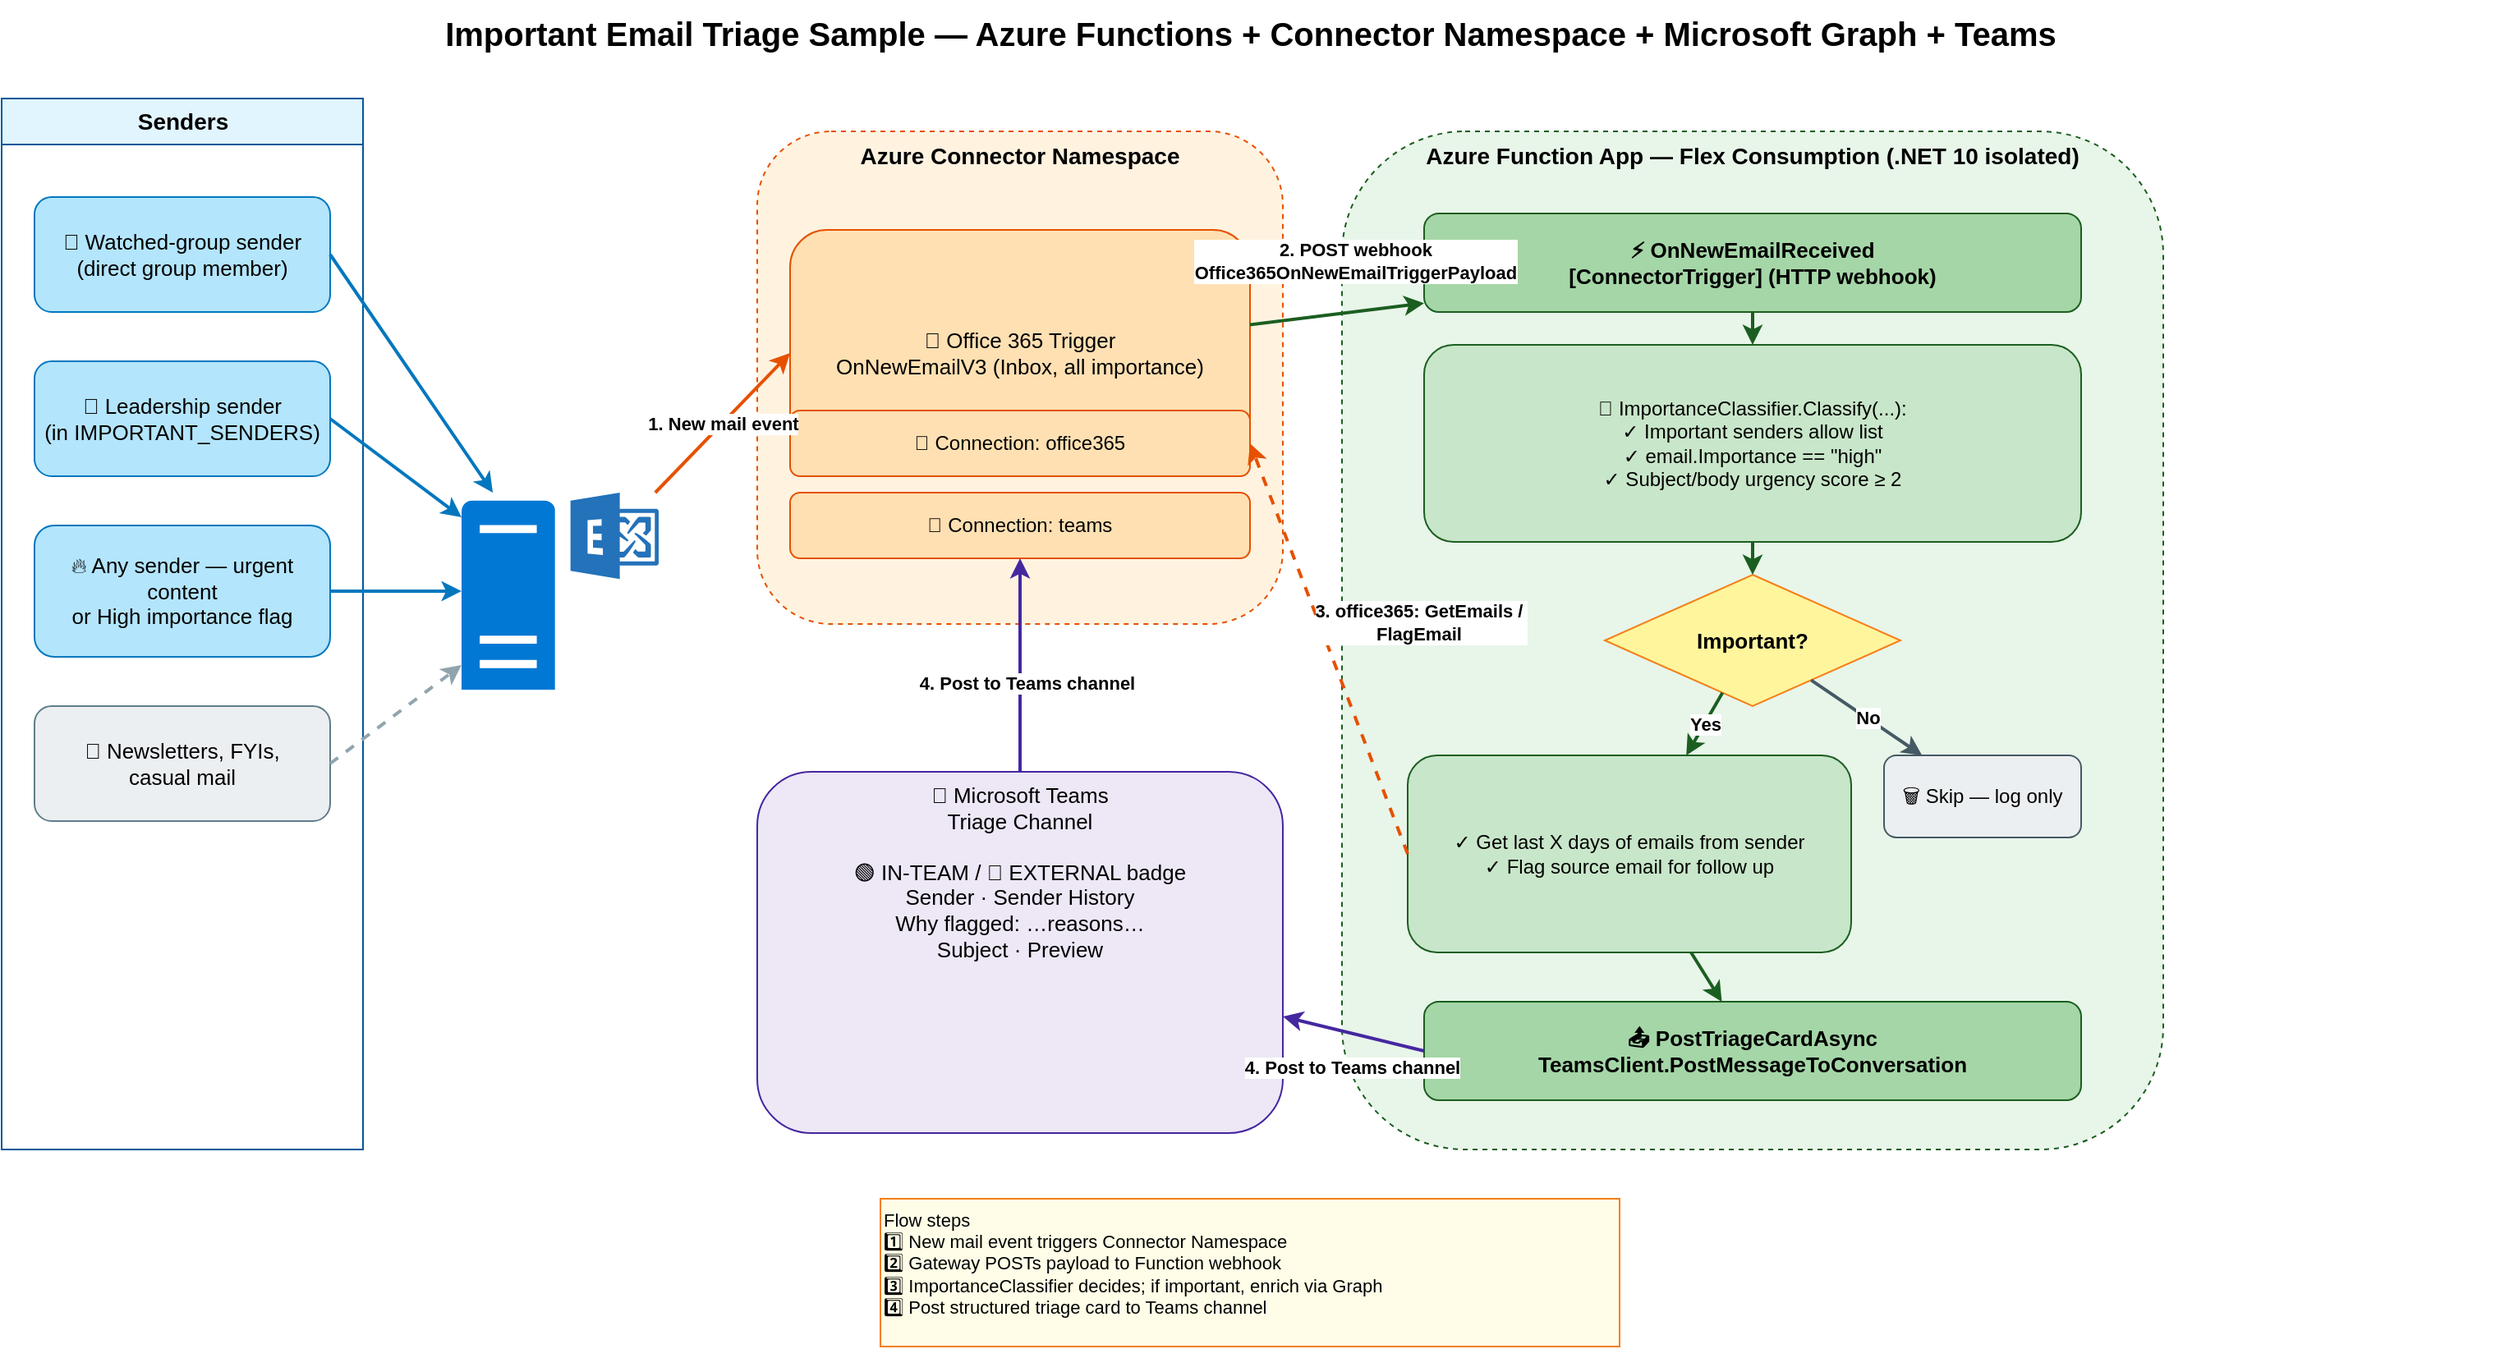
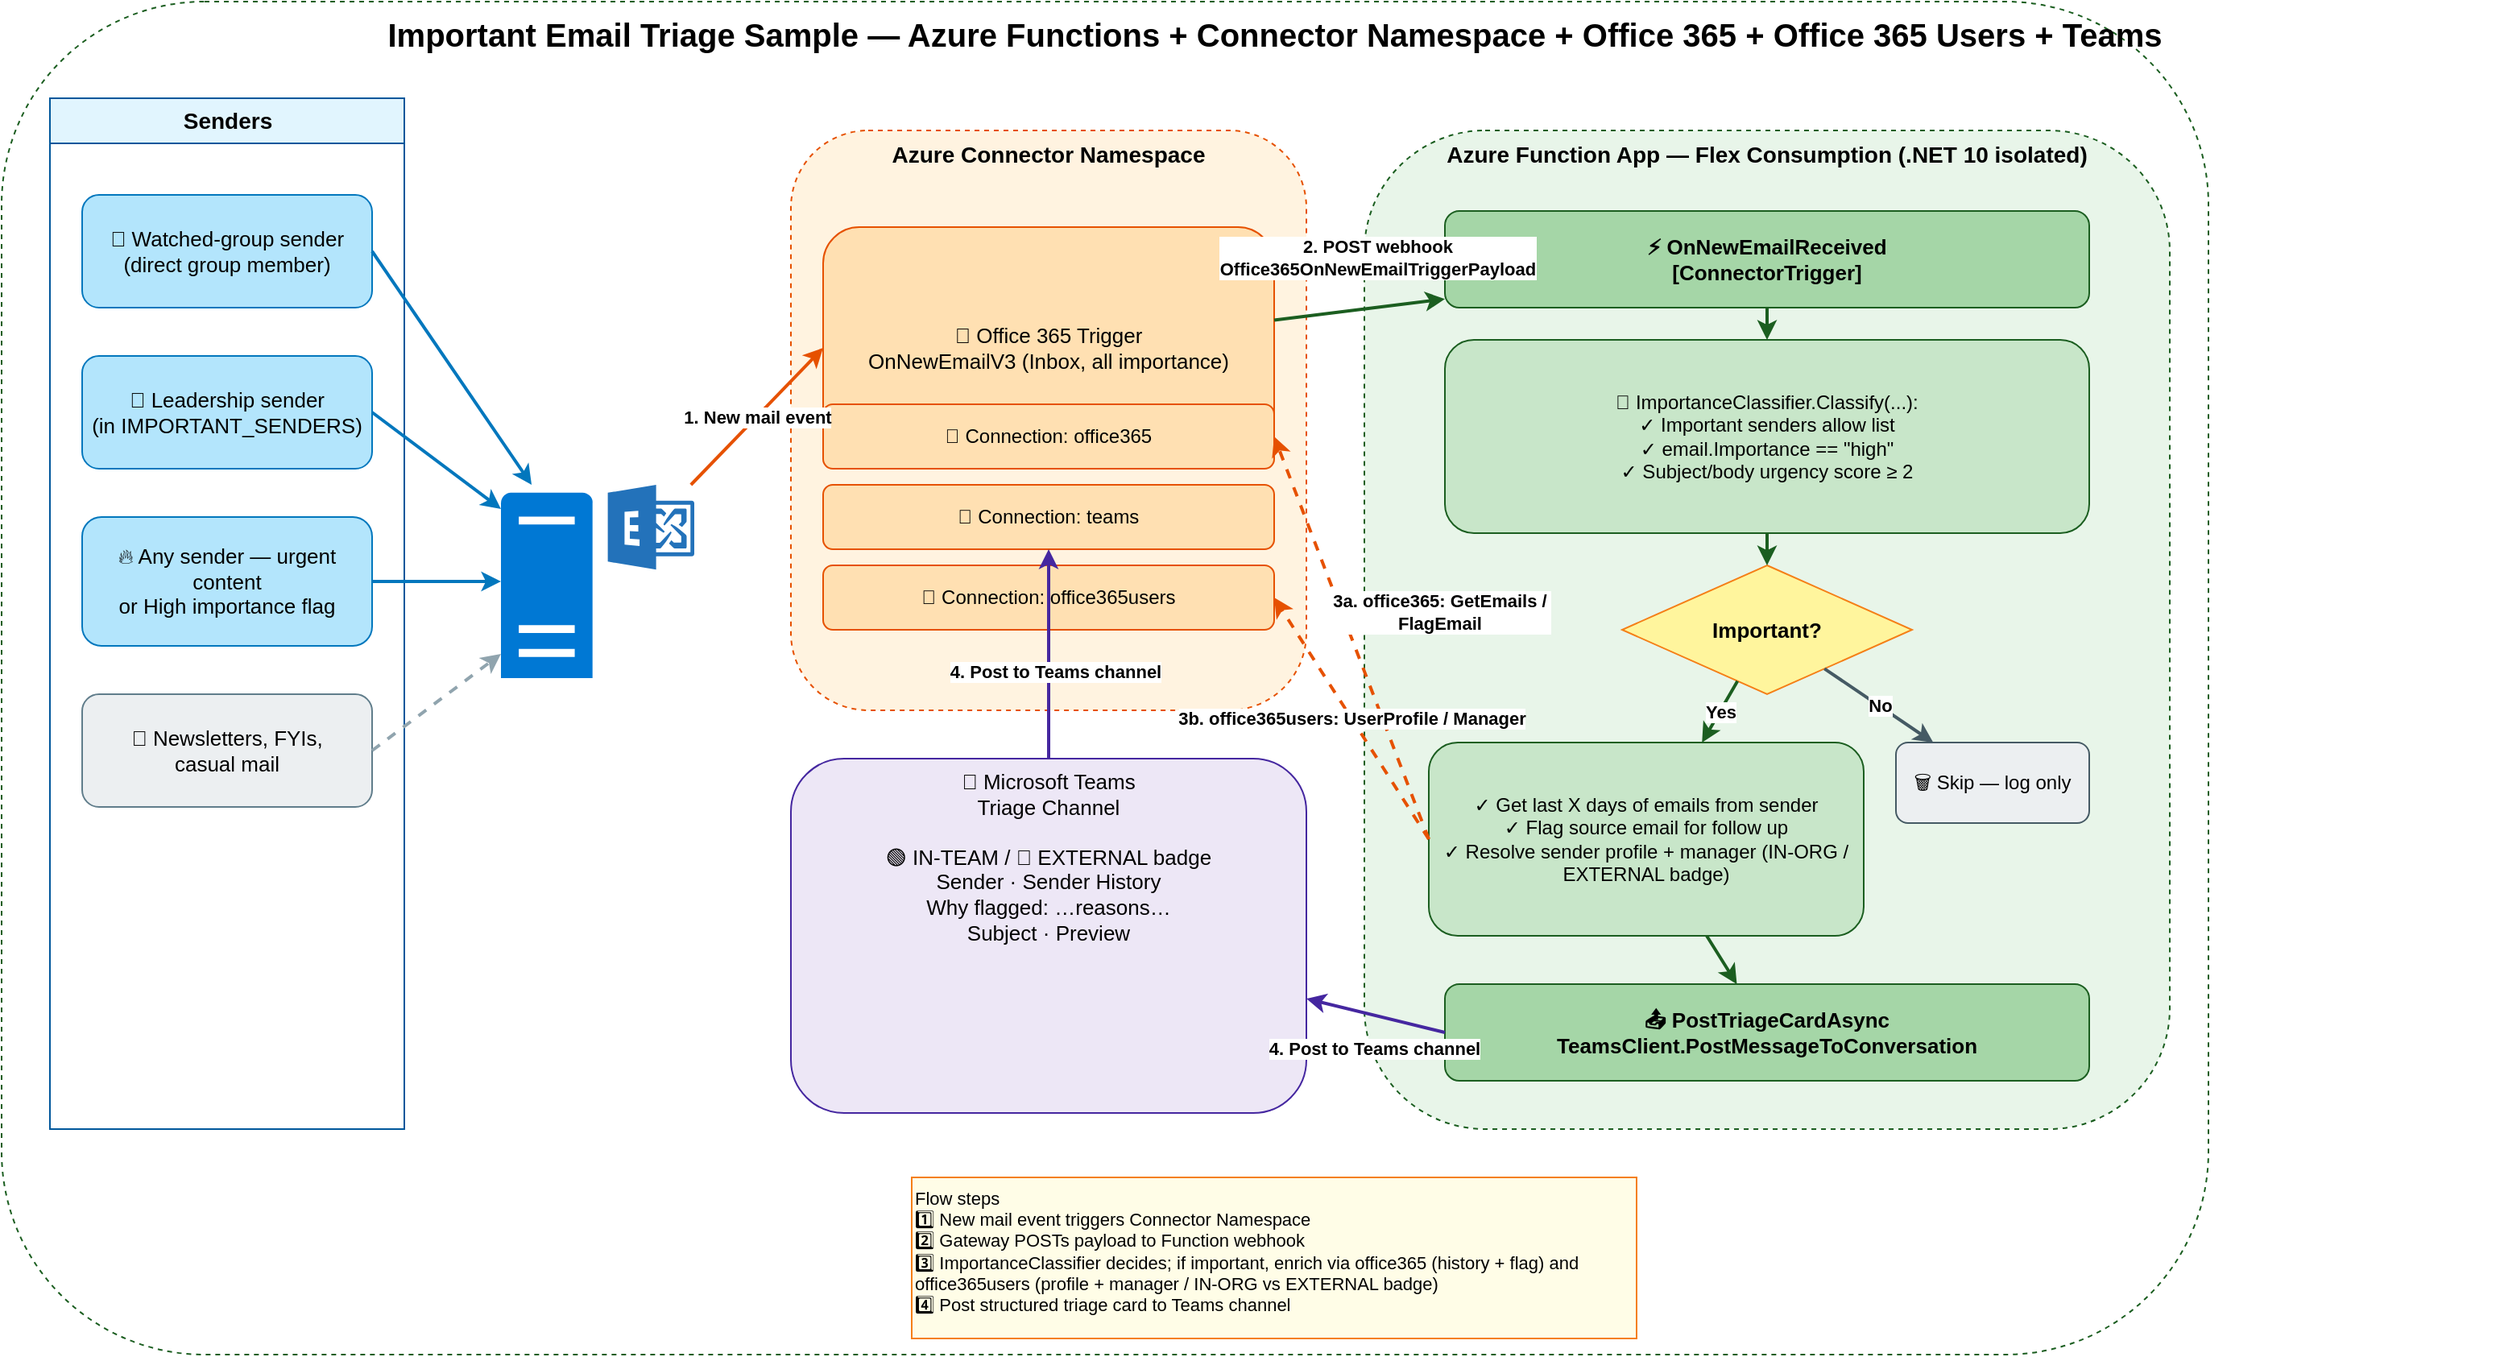
<mxfile host="65bd71144e">
    <diagram name="Email Triage Flow" id="flow1">
-         <mxGraphModel dx="1191" dy="692" grid="1" gridSize="10" guides="1" tooltips="1" connect="1" arrows="1" fold="1" page="1" pageScale="1" pageWidth="1600" pageHeight="900" math="0" shadow="0">
+         <mxGraphModel dx="1506" dy="1162" grid="1" gridSize="10" guides="1" tooltips="1" connect="1" arrows="1" fold="1" page="1" pageScale="1" pageWidth="1600" pageHeight="900" math="0" shadow="0">
            <root>
                <mxCell id="0"/>
                <mxCell id="1" parent="0"/>
-                 <mxCell id="title" value="Important Email Triage Sample — Azure Functions + Connector Namespace + Microsoft Graph + Teams" style="text;html=1;fontSize=20;fontStyle=1;align=center;verticalAlign=middle;" parent="1" vertex="1">
+                 <mxCell id="3" value="" style="rounded=1;whiteSpace=wrap;html=1;fillColor=#FFFFFF;strokeColor=#1B5E20;fontSize=14;fontStyle=1;verticalAlign=top;dashed=1;" vertex="1" parent="1">
+                     <mxGeometry x="10" y="20" width="1370" height="840" as="geometry"/>
+                 </mxCell>
+                 <mxCell id="title" value="Important Email Triage Sample — Azure Functions + Connector Namespace + Office 365 + Office 365 Users + Teams" style="text;html=1;fontSize=20;fontStyle=1;align=center;verticalAlign=middle;" parent="1" vertex="1">
                    <mxGeometry x="40" y="20" width="1520" height="40" as="geometry"/>
                </mxCell>
                <mxCell id="lane-source" value="Senders" style="swimlane;html=1;startSize=28;fillColor=#E1F5FE;strokeColor=#01579B;fontStyle=1;fontSize=14;" parent="1" vertex="1">
                    <mxGeometry x="40" y="80" width="220" height="640" as="geometry"/>
                </mxCell>
                <mxCell id="sender-internal" value="👤 Watched-group sender&#xa;(direct group member)" style="rounded=1;whiteSpace=wrap;html=1;fillColor=#B3E5FC;strokeColor=#0277BD;fontSize=13;" parent="lane-source" vertex="1">
                    <mxGeometry x="20" y="60" width="180" height="70" as="geometry"/>
                </mxCell>
                <mxCell id="sender-leader" value="🎯 Leadership sender&#xa;(in IMPORTANT_SENDERS)" style="rounded=1;whiteSpace=wrap;html=1;fillColor=#B3E5FC;strokeColor=#0277BD;fontSize=13;" parent="lane-source" vertex="1">
                    <mxGeometry x="20" y="160" width="180" height="70" as="geometry"/>
                </mxCell>
                <mxCell id="sender-urgent" value="🔥 Any sender — urgent content&#xa;or High importance flag" style="rounded=1;whiteSpace=wrap;html=1;fillColor=#B3E5FC;strokeColor=#0277BD;fontSize=13;" parent="lane-source" vertex="1">
                    <mxGeometry x="20" y="260" width="180" height="80" as="geometry"/>
                </mxCell>
                <mxCell id="sender-noise" value="📨 Newsletters, FYIs,&#xa;casual mail" style="rounded=1;whiteSpace=wrap;html=1;fillColor=#ECEFF1;strokeColor=#607D8B;fontSize=13;" parent="lane-source" vertex="1">
                    <mxGeometry x="20" y="370" width="180" height="70" as="geometry"/>
                </mxCell>
                <mxCell id="mailbox" value="📥 Office 365 Mailbox&#xa;(Inbox)" style="shape=mxgraph.office.servers.exchange_server;html=1;fillColor=#0078D4;strokeColor=none;fontColor=#FFFFFF;fontSize=14;fontStyle=1;verticalLabelPosition=bottom;verticalAlign=top;" parent="1" vertex="1">
                    <mxGeometry x="320" y="320" width="120" height="120" as="geometry"/>
                </mxCell>
                <mxCell id="gw-group" value="Azure Connector Namespace" style="rounded=1;whiteSpace=wrap;html=1;fillColor=#FFF3E0;strokeColor=#E65100;fontSize=14;fontStyle=1;verticalAlign=top;dashed=1;" parent="1" vertex="1">
-                     <mxGeometry x="500" y="100" width="320" height="300" as="geometry"/>
+                     <mxGeometry x="500" y="100" width="320" height="360" as="geometry"/>
                </mxCell>
                <mxCell id="gw-trigger" value="📨 Office 365 Trigger&#xa;OnNewEmailV3 (Inbox, all importance)" style="rounded=1;whiteSpace=wrap;html=1;fillColor=#FFE0B2;strokeColor=#E65100;fontSize=13;" parent="1" vertex="1">
                    <mxGeometry x="520" y="160" width="280" height="150" as="geometry"/>
                </mxCell>
                <mxCell id="gw-conn-o365" value="🔗 Connection: office365" style="rounded=1;whiteSpace=wrap;html=1;fillColor=#FFE0B2;strokeColor=#E65100;fontSize=12;" parent="1" vertex="1">
                    <mxGeometry x="520" y="270" width="280" height="40" as="geometry"/>
                </mxCell>
                <mxCell id="gw-conn-teams" value="🔗 Connection: teams" style="rounded=1;whiteSpace=wrap;html=1;fillColor=#FFE0B2;strokeColor=#E65100;fontSize=12;" parent="1" vertex="1">
                    <mxGeometry x="520" y="320" width="280" height="40" as="geometry"/>
                </mxCell>
+                 <mxCell id="gw-conn-o365users" value="🔗 Connection: office365users" style="rounded=1;whiteSpace=wrap;html=1;fillColor=#FFE0B2;strokeColor=#E65100;fontSize=12;" vertex="1" parent="1">
+                     <mxGeometry x="520" y="370" width="280" height="40" as="geometry"/>
+                 </mxCell>
                <mxCell id="fa-group" value="Azure Function App — Flex Consumption (.NET 10 isolated)" style="rounded=1;whiteSpace=wrap;html=1;fillColor=#E8F5E9;strokeColor=#1B5E20;fontSize=14;fontStyle=1;verticalAlign=top;dashed=1;" parent="1" vertex="1">
                    <mxGeometry x="856" y="100" width="500" height="620" as="geometry"/>
                </mxCell>
-                 <mxCell id="fn-trigger" value="⚡ OnNewEmailReceived&lt;br&gt;[ConnectorTrigger] (HTTP webhook)" style="rounded=1;whiteSpace=wrap;html=1;fillColor=#A5D6A7;strokeColor=#1B5E20;fontSize=13;fontStyle=1;" parent="1" vertex="1">
+                 <mxCell id="fn-trigger" value="⚡ OnNewEmailReceived&lt;br&gt;[ConnectorTrigger]" style="rounded=1;whiteSpace=wrap;html=1;fillColor=#A5D6A7;strokeColor=#1B5E20;fontSize=13;fontStyle=1;" parent="1" vertex="1">
                    <mxGeometry x="906" y="150" width="400" height="60" as="geometry"/>
                </mxCell>
                <mxCell id="fn-classifier" value="🧠 ImportanceClassifier.Classify(...):&lt;br&gt;✓ Important senders allow list&lt;br&gt;✓ email.Importance == &quot;high&quot;&lt;br&gt;✓ Subject/body urgency score ≥ 2" style="rounded=1;whiteSpace=wrap;html=1;fillColor=#C8E6C9;strokeColor=#1B5E20;fontSize=12;align=center;" parent="1" vertex="1">
                    <mxGeometry x="906" y="230" width="400" height="120" as="geometry"/>
                </mxCell>
                <mxCell id="fn-decision" value="Important?" style="rhombus;whiteSpace=wrap;html=1;fillColor=#FFF59D;strokeColor=#F57F17;fontSize=13;fontStyle=1;" parent="1" vertex="1">
                    <mxGeometry x="1016" y="370" width="180" height="80" as="geometry"/>
                </mxCell>
                <mxCell id="fn-drop" value="🗑️ Skip — log only" style="rounded=1;whiteSpace=wrap;html=1;fillColor=#ECEFF1;strokeColor=#455A64;fontSize=12;" parent="1" vertex="1">
                    <mxGeometry x="1186" y="480" width="120" height="50" as="geometry"/>
                </mxCell>
-                 <mxCell id="fn-resolve" value="&lt;font&gt;&lt;span style=&quot;color: rgb(0, 0, 0);&quot;&gt;✓ Get last X days of emails from sender&lt;/span&gt;&lt;br&gt;&lt;/font&gt;&lt;div&gt;&lt;font&gt;&lt;span style=&quot;color: rgb(0, 0, 0); background-color: transparent;&quot;&gt;✓&lt;/span&gt;&lt;span style=&quot;color: rgb(0, 0, 0); background-color: transparent;&quot;&gt;&amp;nbsp;Flag source email for follow up&lt;/span&gt;&lt;/font&gt;&lt;/div&gt;" style="rounded=1;whiteSpace=wrap;html=1;fillColor=#C8E6C9;strokeColor=#1B5E20;fontSize=12;align=center;" parent="1" vertex="1">
+                 <mxCell id="fn-resolve" value="&lt;font&gt;&lt;span style=&quot;color: rgb(0, 0, 0);&quot;&gt;✓ Get last X days of emails from sender&lt;/span&gt;&lt;br&gt;&lt;/font&gt;&lt;div&gt;&lt;font&gt;&lt;span style=&quot;color: rgb(0, 0, 0); background-color: transparent;&quot;&gt;✓&amp;nbsp;Flag source email for follow up&lt;/span&gt;&lt;/font&gt;&lt;/div&gt;&lt;div&gt;&lt;font&gt;&lt;span style=&quot;color: rgb(0, 0, 0); background-color: transparent;&quot;&gt;✓&amp;nbsp;Resolve sender profile + manager (IN-ORG / EXTERNAL badge)&lt;/span&gt;&lt;/font&gt;&lt;/div&gt;" style="rounded=1;whiteSpace=wrap;html=1;fillColor=#C8E6C9;strokeColor=#1B5E20;fontSize=12;align=center;" parent="1" vertex="1">
                    <mxGeometry x="896" y="480" width="270" height="120" as="geometry"/>
                </mxCell>
                <mxCell id="fn-post" value="📤 PostTriageCardAsync&#xa;TeamsClient.PostMessageToConversation" style="rounded=1;whiteSpace=wrap;html=1;fillColor=#A5D6A7;strokeColor=#1B5E20;fontSize=13;fontStyle=1;" parent="1" vertex="1">
                    <mxGeometry x="906" y="630" width="400" height="60" as="geometry"/>
                </mxCell>
                <mxCell id="teams" value="💬 Microsoft Teams&lt;br&gt;Triage Channel&lt;br&gt;&lt;br&gt;🟢 IN-TEAM / 🔴 EXTERNAL badge&lt;br&gt;Sender · Sender History&lt;br&gt;Why flagged: …reasons…&lt;div&gt;&lt;span style=&quot;color: rgb(0, 0, 0);&quot;&gt;Subject · Preview&lt;/span&gt;&lt;/div&gt;" style="rounded=1;whiteSpace=wrap;html=1;fillColor=#EDE7F6;strokeColor=#4527A0;fontSize=13;align=center;verticalAlign=top;" parent="1" vertex="1">
                    <mxGeometry x="500" y="490" width="320" height="220" as="geometry"/>
                </mxCell>
                <mxCell id="e1" style="endArrow=classic;html=1;strokeColor=#0277BD;strokeWidth=2;exitX=1;exitY=0.5;exitDx=0;exitDy=0;" parent="1" source="sender-internal" target="mailbox" edge="1">
                    <mxGeometry relative="1" as="geometry"/>
                </mxCell>
                <mxCell id="e2" style="endArrow=classic;html=1;strokeColor=#0277BD;strokeWidth=2;exitX=1;exitY=0.5;exitDx=0;exitDy=0;" parent="1" source="sender-leader" target="mailbox" edge="1">
                    <mxGeometry relative="1" as="geometry"/>
                </mxCell>
                <mxCell id="e3" style="endArrow=classic;html=1;strokeColor=#0277BD;strokeWidth=2;" parent="1" source="sender-urgent" target="mailbox" edge="1">
                    <mxGeometry relative="1" as="geometry"/>
                </mxCell>
                <mxCell id="e4" style="endArrow=classic;html=1;strokeColor=#90A4AE;strokeWidth=2;dashed=1;exitX=1;exitY=0.5;exitDx=0;exitDy=0;" parent="1" source="sender-noise" target="mailbox" edge="1">
                    <mxGeometry relative="1" as="geometry"/>
                </mxCell>
                <mxCell id="e5" value="1. New mail event" style="endArrow=classic;html=1;strokeColor=#E65100;strokeWidth=2;fontSize=11;fontStyle=1;entryX=0;entryY=0.5;entryDx=0;entryDy=0;" parent="1" source="mailbox" target="gw-trigger" edge="1">
                    <mxGeometry relative="1" as="geometry"/>
                </mxCell>
                <mxCell id="e6" value="2. POST webhook&#xa;Office365OnNewEmailTriggerPayload" style="endArrow=classic;html=1;strokeColor=#1B5E20;strokeWidth=2;fontSize=11;fontStyle=1;" parent="1" source="gw-trigger" target="fn-trigger" edge="1">
                    <mxGeometry x="0.2868" y="31" relative="1" as="geometry">
                        <mxPoint as="offset"/>
                    </mxGeometry>
                </mxCell>
                <mxCell id="e7" style="endArrow=classic;html=1;strokeColor=#1B5E20;strokeWidth=2;" parent="1" source="fn-trigger" target="fn-classifier" edge="1">
                    <mxGeometry relative="1" as="geometry"/>
                </mxCell>
                <mxCell id="e8" style="endArrow=classic;html=1;strokeColor=#1B5E20;strokeWidth=2;" parent="1" source="fn-classifier" target="fn-decision" edge="1">
                    <mxGeometry relative="1" as="geometry"/>
                </mxCell>
                <mxCell id="e9" value="No" style="endArrow=classic;html=1;strokeColor=#455A64;strokeWidth=2;fontSize=11;fontStyle=1;" parent="1" source="fn-decision" target="fn-drop" edge="1">
                    <mxGeometry relative="1" as="geometry"/>
                </mxCell>
                <mxCell id="e10" value="Yes" style="endArrow=classic;html=1;strokeColor=#1B5E20;strokeWidth=2;fontSize=11;fontStyle=1;" parent="1" source="fn-decision" target="fn-resolve" edge="1">
                    <mxGeometry relative="1" as="geometry"/>
                </mxCell>
                <mxCell id="e11" style="endArrow=classic;html=1;strokeColor=#1B5E20;strokeWidth=2;" parent="1" source="fn-resolve" target="fn-post" edge="1">
                    <mxGeometry relative="1" as="geometry"/>
                </mxCell>
-                 <mxCell id="e12" value="3. office365: GetEmails /&amp;nbsp;&lt;div&gt;FlagEmail&amp;nbsp;&lt;br&gt;&lt;/div&gt;" style="endArrow=classic;html=1;strokeColor=#E65100;strokeWidth=2;fontSize=11;fontStyle=1;dashed=1;exitX=0;exitY=0.5;entryX=1;entryY=0.5;entryDx=0;entryDy=0;" parent="1" source="fn-resolve" target="gw-conn-o365" edge="1">
+                 <mxCell id="e12" value="3a. office365: GetEmails /&amp;nbsp;&lt;div&gt;FlagEmail&amp;nbsp;&lt;br&gt;&lt;/div&gt;" style="endArrow=classic;html=1;strokeColor=#E65100;strokeWidth=2;fontSize=11;fontStyle=1;dashed=1;exitX=0;exitY=0.5;entryX=1;entryY=0.5;entryDx=0;entryDy=0;" parent="1" source="fn-resolve" target="gw-conn-o365" edge="1">
                    <mxGeometry x="-0.0395" y="-58" relative="1" as="geometry">
                        <mxPoint as="offset"/>
                    </mxGeometry>
+                 </mxCell>
+                 <mxCell id="e12b" value="3b. office365users: UserProfile / Manager" style="endArrow=classic;html=1;strokeColor=#E65100;strokeWidth=2;fontSize=11;fontStyle=1;dashed=1;exitX=0;exitY=0.5;exitDx=0;exitDy=0;entryX=1;entryY=0.5;entryDx=0;entryDy=0;" edge="1" parent="1" source="fn-resolve" target="gw-conn-o365users">
+                     <mxGeometry relative="1" as="geometry"/>
                </mxCell>
                <mxCell id="e13" value="4. Post to Teams channel" style="endArrow=classic;html=1;strokeColor=#4527A0;strokeWidth=2;fontSize=11;fontStyle=1;exitX=0;exitY=0.5;exitDx=0;exitDy=0;" parent="1" source="fn-post" target="teams" edge="1">
                    <mxGeometry x="-0.0849" y="20" relative="1" as="geometry">
                        <mxPoint as="offset"/>
                    </mxGeometry>
                </mxCell>
-                 <mxCell id="legend" value="Flow steps&#xa;1️⃣ New mail event triggers Connector Namespace&#xa;2️⃣ Gateway POSTs payload to Function webhook&#xa;3️⃣ ImportanceClassifier decides; if important, enrich via Graph&#xa;4️⃣ Post structured triage card to Teams channel" style="rounded=1;whiteSpace=wrap;html=1;fillColor=#FFFDE7;strokeColor=#F57F17;fontSize=11;align=left;verticalAlign=top;arcSize=0;" parent="1" vertex="1">
-                     <mxGeometry x="575" y="750" width="450" height="90" as="geometry"/>
+                 <mxCell id="legend" value="Flow steps&#xa;1️⃣ New mail event triggers Connector Namespace&#xa;2️⃣ Gateway POSTs payload to Function webhook&#xa;3️⃣ ImportanceClassifier decides; if important, enrich via office365 (history + flag) and office365users (profile + manager / IN-ORG vs EXTERNAL badge)&#xa;4️⃣ Post structured triage card to Teams channel" style="rounded=1;whiteSpace=wrap;html=1;fillColor=#FFFDE7;strokeColor=#F57F17;fontSize=11;align=left;verticalAlign=top;arcSize=0;" parent="1" vertex="1">
+                     <mxGeometry x="575" y="750" width="450" height="100" as="geometry"/>
                </mxCell>
                <mxCell id="2" value="4. Post to Teams channel" style="endArrow=classic;html=1;strokeColor=#4527A0;strokeWidth=2;fontSize=11;fontStyle=1;exitX=0.5;exitY=0;exitDx=0;exitDy=0;entryX=0.5;entryY=1;entryDx=0;entryDy=0;" parent="1" source="teams" target="gw-conn-teams" edge="1">
                    <mxGeometry x="-0.1506" y="-4" relative="1" as="geometry">
                        <mxPoint x="880" y="468" as="sourcePoint"/>
                        <mxPoint x="680" y="410" as="targetPoint"/>
                        <mxPoint y="1" as="offset"/>
                    </mxGeometry>
                </mxCell>
            </root>
        </mxGraphModel>
    </diagram>
</mxfile>